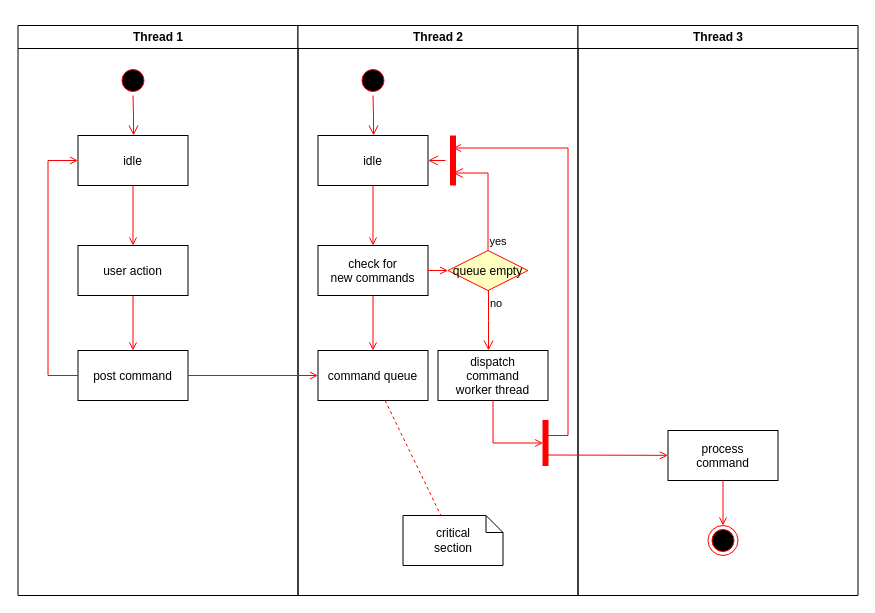
Above: RL_Flow.drawio in dsghrg/releo (draw.io), before the change. Source tidied: cells renumbered, new cells numbered last; positions are measured from the earlier drawing's top-left corner, leaving out a move shared by most shapes. Both pictures are drawn from the tidied source at 100%, with x=0, y=0 at pixel (17, 25).
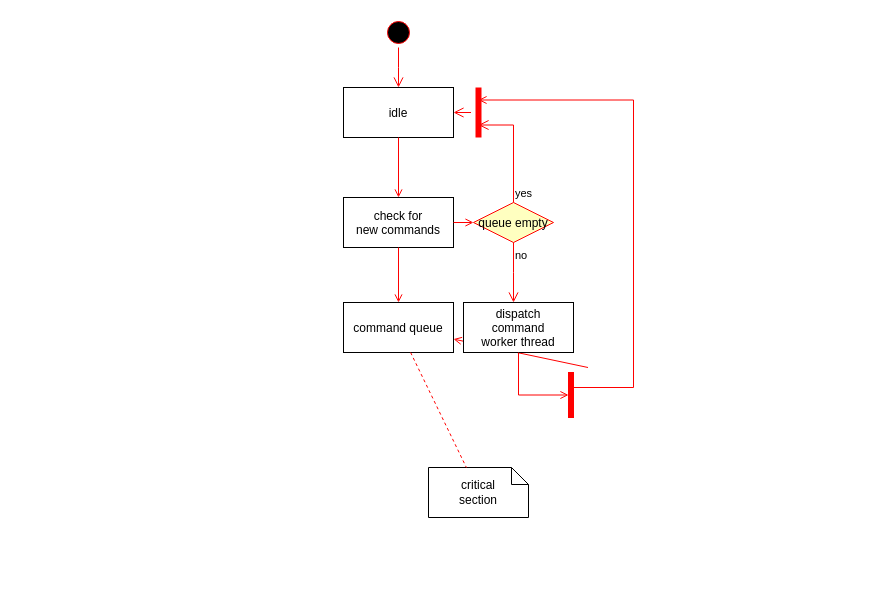
After the change.

Diff of the diagram source:
```diff
@@
-    <mxCell id="2" value="Thread 1" style="swimlane;whiteSpace=wrap;" parent="1" vertex="1">
-      <mxGeometry x="0.5" width="280" height="570" as="geometry" />
-    </mxCell>
-    <mxCell id="3" style="ellipse;shape=startState;fillColor=#000000;strokeColor=#ff0000;" parent="2" vertex="1">
-      <mxGeometry x="100" y="40" width="30" height="30" as="geometry" />
-    </mxCell>
-    <mxCell id="4" style="edgeStyle=elbowEdgeStyle;elbow=horizontal;verticalAlign=bottom;endArrow=open;endSize=8;strokeColor=#FF0000;endFill=1;rounded=0;" parent="2" edge="1" source="3" target="5">
-      <mxGeometry x="100" y="40" as="geometry" />
-    </mxCell>
-    <mxCell id="5" value="idle" parent="2" vertex="1">
-      <mxGeometry x="60" y="110" width="110" height="50" as="geometry" />
-    </mxCell>
-    <mxCell id="6" value="user action" parent="2" vertex="1">
-      <mxGeometry x="60" y="220" width="110" height="50" as="geometry" />
-    </mxCell>
-    <mxCell id="7" style="endArrow=open;strokeColor=#FF0000;endFill=1;rounded=0;" parent="2" edge="1" source="5" target="6">
-      <mxGeometry relative="1" as="geometry" />
-    </mxCell>
-    <mxCell id="8" value="post command" parent="2" vertex="1">
-      <mxGeometry x="60" y="325" width="110" height="50" as="geometry" />
-    </mxCell>
-    <mxCell id="9" style="endArrow=open;strokeColor=#FF0000;endFill=1;rounded=0;" parent="2" edge="1" source="6" target="8">
-      <mxGeometry relative="1" as="geometry" />
-    </mxCell>
-    <mxCell id="10" style="edgeStyle=elbowEdgeStyle;elbow=horizontal;strokeColor=#FF0000;endArrow=open;endFill=1;rounded=0;" parent="2" edge="1" source="8" target="5">
-      <mxGeometry relative="1" as="geometry">
-        <Array as="points">
-          <mxPoint x="30" y="250" />
-        </Array>
-      </mxGeometry>
-    </mxCell>
-    <mxCell id="11" value="Thread 2" style="swimlane;whiteSpace=wrap;" parent="1" vertex="1">
-      <mxGeometry x="280.5" width="280" height="570" as="geometry" />
-    </mxCell>
+    <mxCell id="36" style="endArrow=open;strokeColor=#FF0000;endFill=1;rounded=0;" parent="1" edge="1" target="17">
+      <mxGeometry relative="1" as="geometry">
+        <mxPoint x="570.5" y="342" as="sourcePoint" />
+      </mxGeometry>
+    </mxCell>
-    <mxCell id="12" style="ellipse;shape=startState;fillColor=#000000;strokeColor=#ff0000;" parent="11" vertex="1">
-      <mxGeometry x="60" y="40" width="30" height="30" as="geometry" />
+    <mxCell id="12" style="ellipse;shape=startState;fillColor=#000000;strokeColor=#ff0000;" parent="1" vertex="1">
+      <mxGeometry x="366" y="-8" width="30" height="30" as="geometry" />
     </mxCell>
-    <mxCell id="13" style="edgeStyle=elbowEdgeStyle;elbow=horizontal;verticalAlign=bottom;endArrow=open;endSize=8;strokeColor=#FF0000;endFill=1;rounded=0;" parent="11" edge="1" source="12" target="14">
-      <mxGeometry x="40" y="20" as="geometry" />
+    <mxCell id="13" style="edgeStyle=elbowEdgeStyle;elbow=horizontal;verticalAlign=bottom;endArrow=open;endSize=8;strokeColor=#FF0000;endFill=1;rounded=0;" parent="1" edge="1" source="12" target="14">
+      <mxGeometry x="510" y="100" as="geometry" />
     </mxCell>
-    <mxCell id="14" value="idle" parent="11" vertex="1">
-      <mxGeometry x="20" y="110" width="110" height="50" as="geometry" />
+    <mxCell id="14" value="idle" parent="1" vertex="1">
+      <mxGeometry x="326" y="62" width="110" height="50" as="geometry" />
     </mxCell>
-    <mxCell id="15" value="check for &#10;new commands" parent="11" vertex="1">
-      <mxGeometry x="20" y="220" width="110" height="50" as="geometry" />
+    <mxCell id="15" value="check for &#10;new commands" parent="1" vertex="1">
+      <mxGeometry x="326" y="172" width="110" height="50" as="geometry" />
     </mxCell>
-    <mxCell id="16" style="endArrow=open;strokeColor=#FF0000;endFill=1;rounded=0;" parent="11" edge="1" source="14" target="15">
+    <mxCell id="16" style="endArrow=open;strokeColor=#FF0000;endFill=1;rounded=0;" parent="1" edge="1" source="14" target="15">
       <mxGeometry relative="1" as="geometry" />
     </mxCell>
-    <mxCell id="17" value="command queue" parent="11" vertex="1">
-      <mxGeometry x="20" y="325" width="110" height="50" as="geometry" />
+    <mxCell id="17" value="command queue" parent="1" vertex="1">
+      <mxGeometry x="326" y="277" width="110" height="50" as="geometry" />
     </mxCell>
-    <mxCell id="18" style="endArrow=open;strokeColor=#FF0000;endFill=1;rounded=0;" parent="11" edge="1" source="15" target="17">
+    <mxCell id="18" style="endArrow=open;strokeColor=#FF0000;endFill=1;rounded=0;" parent="1" edge="1" source="15" target="17">
       <mxGeometry relative="1" as="geometry" />
     </mxCell>
-    <mxCell id="19" value="queue empty" style="rhombus;fillColor=#ffffc0;strokeColor=#ff0000;" parent="11" vertex="1">
-      <mxGeometry x="150" y="225" width="80" height="40" as="geometry" />
+    <mxCell id="19" value="queue empty" style="rhombus;fillColor=#ffffc0;strokeColor=#ff0000;" parent="1" vertex="1">
+      <mxGeometry x="456" y="177" width="80" height="40" as="geometry" />
     </mxCell>
-    <mxCell id="20" value="yes" style="edgeStyle=elbowEdgeStyle;elbow=horizontal;align=left;verticalAlign=bottom;endArrow=open;endSize=8;strokeColor=#FF0000;exitX=0.5;exitY=0;endFill=1;rounded=0;entryX=0.75;entryY=0.5;entryPerimeter=0;" parent="11" edge="1" source="19" target="23">
+    <mxCell id="20" value="yes" style="edgeStyle=elbowEdgeStyle;elbow=horizontal;align=left;verticalAlign=bottom;endArrow=open;endSize=8;strokeColor=#FF0000;exitX=0.5;exitY=0;endFill=1;rounded=0;entryX=0.75;entryY=0.5;entryPerimeter=0;" parent="1" edge="1" source="19" target="23">
       <mxGeometry x="-1" relative="1" as="geometry">
         <Array as="points">
-          <mxPoint x="190" y="180" />
+          <mxPoint x="496" y="132" />
         </Array>
       </mxGeometry>
     </mxCell>
-    <mxCell id="21" value="no" style="edgeStyle=elbowEdgeStyle;elbow=horizontal;align=left;verticalAlign=top;endArrow=open;endSize=8;strokeColor=#FF0000;endFill=1;rounded=0;" parent="11" edge="1" source="19" target="25">
+    <mxCell id="21" value="no" style="edgeStyle=elbowEdgeStyle;elbow=horizontal;align=left;verticalAlign=top;endArrow=open;endSize=8;strokeColor=#FF0000;endFill=1;rounded=0;" parent="1" edge="1" source="19" target="25">
       <mxGeometry x="-1" relative="1" as="geometry" />
     </mxCell>
-    <mxCell id="22" style="endArrow=open;strokeColor=#FF0000;endFill=1;rounded=0;" parent="11" edge="1" source="15" target="19">
+    <mxCell id="22" style="endArrow=open;strokeColor=#FF0000;endFill=1;rounded=0;" parent="1" edge="1" source="15" target="19">
       <mxGeometry relative="1" as="geometry" />
     </mxCell>
-    <mxCell id="23" style="shape=line;strokeWidth=6;strokeColor=#ff0000;rotation=90;" parent="11" vertex="1">
-      <mxGeometry x="130" y="127.5" width="50" height="15" as="geometry" />
+    <mxCell id="23" style="shape=line;strokeWidth=6;strokeColor=#ff0000;rotation=90;" parent="1" vertex="1">
+      <mxGeometry x="436" y="79.5" width="50" height="15" as="geometry" />
     </mxCell>
-    <mxCell id="24" style="edgeStyle=elbowEdgeStyle;elbow=horizontal;verticalAlign=bottom;endArrow=open;endSize=8;strokeColor=#FF0000;endFill=1;rounded=0;" parent="11" edge="1" source="23" target="14">
-      <mxGeometry x="130" y="90" as="geometry" />
+    <mxCell id="24" style="edgeStyle=elbowEdgeStyle;elbow=horizontal;verticalAlign=bottom;endArrow=open;endSize=8;strokeColor=#FF0000;endFill=1;rounded=0;" parent="1" edge="1" source="23" target="14">
+      <mxGeometry x="600" y="170" as="geometry" />
     </mxCell>
-    <mxCell id="25" value="dispatch&#10;command&#10;worker thread" parent="11" vertex="1">
-      <mxGeometry x="140" y="325" width="110" height="50" as="geometry" />
+    <mxCell id="25" value="dispatch&#10;command&#10;worker thread" parent="1" vertex="1">
+      <mxGeometry x="446" y="277" width="110" height="50" as="geometry" />
     </mxCell>
-    <mxCell id="26" value="critical&#10;section" style="shape=note;whiteSpace=wrap;size=17;" parent="11" vertex="1">
-      <mxGeometry x="105" y="490" width="100" height="50" as="geometry" />
+    <mxCell id="26" value="critical&#10;section" style="shape=note;whiteSpace=wrap;size=17;" parent="1" vertex="1">
+      <mxGeometry x="411" y="442" width="100" height="50" as="geometry" />
     </mxCell>
-    <mxCell id="27" style="endArrow=none;strokeColor=#FF0000;endFill=0;rounded=0;dashed=1;" parent="11" edge="1" source="17" target="26">
+    <mxCell id="27" style="endArrow=none;strokeColor=#FF0000;endFill=0;rounded=0;dashed=1;" parent="1" edge="1" source="17" target="26">
       <mxGeometry relative="1" as="geometry" />
     </mxCell>
-    <mxCell id="28" style="whiteSpace=wrap;strokeColor=#FF0000;fillColor=#FF0000;" parent="11" vertex="1">
-      <mxGeometry x="245" y="395" width="5" height="45" as="geometry" />
+    <mxCell id="28" style="whiteSpace=wrap;strokeColor=#FF0000;fillColor=#FF0000;" parent="1" vertex="1">
+      <mxGeometry x="551" y="347" width="5" height="45" as="geometry" />
     </mxCell>
-    <mxCell id="29" style="edgeStyle=elbowEdgeStyle;elbow=horizontal;entryX=0;entryY=0.5;strokeColor=#FF0000;endArrow=open;endFill=1;rounded=0;" parent="11" edge="1" source="25" target="28">
+    <mxCell id="29" style="edgeStyle=elbowEdgeStyle;elbow=horizontal;entryX=0;entryY=0.5;strokeColor=#FF0000;endArrow=open;endFill=1;rounded=0;" parent="1" edge="1" source="25" target="28">
       <mxGeometry relative="1" as="geometry">
         <Array as="points">
-          <mxPoint x="195" y="400" />
+          <mxPoint x="501" y="352" />
         </Array>
       </mxGeometry>
     </mxCell>
-    <mxCell id="30" value="Thread 3" style="swimlane;whiteSpace=wrap;" parent="1" vertex="1">
-      <mxGeometry x="560.5" width="280" height="570" as="geometry" />
-    </mxCell>
-    <mxCell id="31" value="process&#10;command" parent="30" vertex="1">
-      <mxGeometry x="90" y="405" width="110" height="50" as="geometry" />
-    </mxCell>
-    <mxCell id="32" style="edgeStyle=elbowEdgeStyle;elbow=horizontal;strokeColor=#FF0000;endArrow=open;endFill=1;rounded=0;entryX=0.25;entryY=0.5;entryPerimeter=0;" parent="30" edge="1" target="23">
+    <mxCell id="32" style="edgeStyle=elbowEdgeStyle;elbow=horizontal;strokeColor=#FF0000;endArrow=open;endFill=1;rounded=0;entryX=0.25;entryY=0.5;entryPerimeter=0;" parent="1" edge="1" target="23">
       <mxGeometry relative="1" as="geometry">
-        <mxPoint x="-30" y="410" as="sourcePoint" />
+        <mxPoint x="556" y="362" as="sourcePoint" />
         <Array as="points">
-          <mxPoint x="-10" y="135" />
+          <mxPoint x="616" y="194" />
+          <mxPoint x="576" y="87" />
         </Array>
       </mxGeometry>
     </mxCell>
-    <mxCell id="33" style="edgeStyle=none;strokeColor=#FF0000;endArrow=open;endFill=1;rounded=0;" parent="30" edge="1" target="31">
-      <mxGeometry relative="1" as="geometry">
-        <mxPoint x="-30" y="429.5" as="sourcePoint" />
-      </mxGeometry>
-    </mxCell>
-    <mxCell id="34" style="ellipse;shape=endState;fillColor=#000000;strokeColor=#ff0000;" parent="30" vertex="1">
-      <mxGeometry x="130" y="500" width="30" height="30" as="geometry" />
-    </mxCell>
-    <mxCell id="35" style="endArrow=open;strokeColor=#FF0000;endFill=1;rounded=0;" parent="30" edge="1" source="31" target="34">
-      <mxGeometry relative="1" as="geometry" />
-    </mxCell>
-    <mxCell id="36" style="endArrow=open;strokeColor=#FF0000;endFill=1;rounded=0;" parent="1" edge="1" source="8" target="17">
-      <mxGeometry relative="1" as="geometry" />
-    </mxCell>
```
